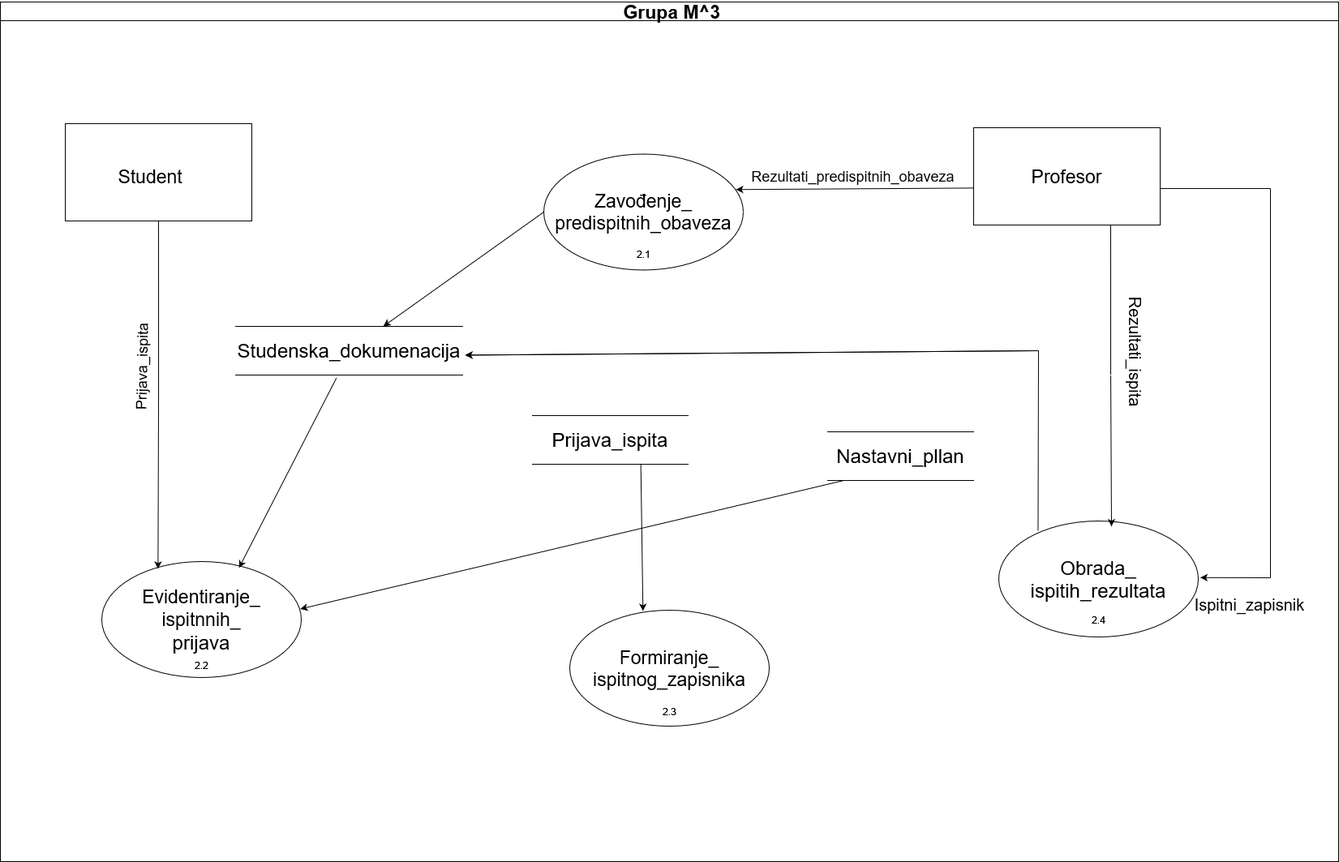
This is RegulisanjeIspita_Preispitnih.drawio.png from seraphimi/ProjektovanjeInformacionihSistema, a draw.io export, as it was before one commit. Source tidied: cells renumbered, new cells last; positions are measured from the earlier drawing's top-left corner, leaving out a move shared by most shapes.
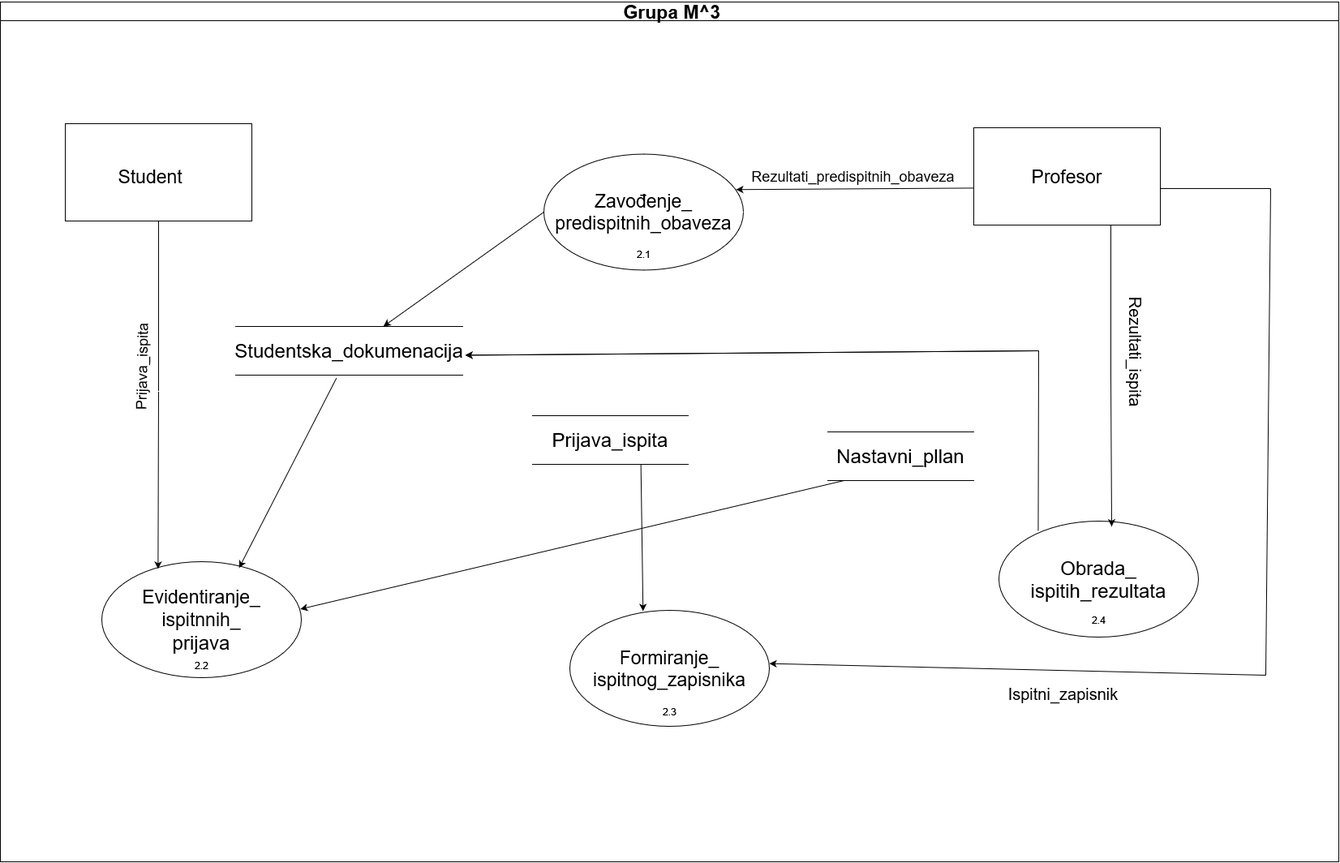
The same file after the commit.

What changed in the source:
```diff
@@ -29,7 +29,7 @@
     <mxCell id="10" value="&lt;div&gt;&lt;font style=&quot;font-size: 24px;&quot;&gt;Obrada_&lt;/font&gt;&lt;/div&gt;&lt;div&gt;&lt;font style=&quot;font-size: 24px;&quot;&gt;ispitih_rezultata&lt;br&gt;&lt;/font&gt;&lt;/div&gt;" style="ellipse;whiteSpace=wrap;html=1;" parent="2" vertex="1">
       <mxGeometry x="1231" y="640" width="246" height="143" as="geometry" />
     </mxCell>
-    <mxCell id="11" value="&lt;font style=&quot;font-size: 24px;&quot;&gt;Studenska_dokumenacija&lt;/font&gt;" style="shape=partialRectangle;whiteSpace=wrap;html=1;left=0;right=0;fillColor=none;" parent="2" vertex="1">
+    <mxCell id="11" value="&lt;font style=&quot;font-size: 24px;&quot;&gt;Studentska_dokumenacija&lt;/font&gt;" style="shape=partialRectangle;whiteSpace=wrap;html=1;left=0;right=0;fillColor=none;" parent="2" vertex="1">
       <mxGeometry x="290" y="400" width="280" height="60" as="geometry" />
     </mxCell>
     <mxCell id="12" value="&lt;font style=&quot;font-size: 24px;&quot;&gt;Prijava_ispita&lt;/font&gt;" style="shape=partialRectangle;whiteSpace=wrap;html=1;left=0;right=0;fillColor=none;" parent="2" vertex="1">
@@ -49,13 +49,14 @@
     </mxCell>
     <mxCell id="16" style="endArrow=none;html=1;rounded=0;" parent="2" edge="1">
       <mxGeometry relative="1" as="geometry">
-        <mxPoint x="1566" y="710" as="sourcePoint" />
+        <mxPoint x="1560" y="830" as="sourcePoint" />
         <mxPoint x="1566" y="230" as="targetPoint" />
       </mxGeometry>
     </mxCell>
-    <mxCell id="17" style="endArrow=classic;html=1;rounded=0;entryX=1.01;entryY=0.488;entryDx=0;entryDy=0;entryPerimeter=0;" parent="2" edge="1" target="10">
+    <mxCell id="17" style="endArrow=classic;html=1;rounded=0;entryX=1;entryY=0.5;entryDx=0;entryDy=0;" parent="2" edge="1">
       <mxGeometry relative="1" as="geometry">
-        <mxPoint x="1566" y="710" as="sourcePoint" />
+        <mxPoint x="1560" y="830" as="sourcePoint" />
+        <mxPoint x="948" y="815.6" as="targetPoint" />
       </mxGeometry>
     </mxCell>
     <mxCell id="18" style="edgeStyle=orthogonalEdgeStyle;rounded=0;orthogonalLoop=1;jettySize=auto;html=1;exitX=0.75;exitY=1;exitDx=0;exitDy=0;entryX=0.565;entryY=0.046;entryDx=0;entryDy=0;entryPerimeter=0;" parent="2" edge="1">
@@ -121,8 +122,8 @@
         <mxPoint x="1280" y="430" as="sourcePoint" />
       </mxGeometry>
     </mxCell>
-    <mxCell id="34" value="&lt;font style=&quot;font-size: 20px;&quot;&gt;Ispitni_zapisnik&lt;/font&gt;" style="text;html=1;align=center;verticalAlign=middle;strokeColor=none;fillColor=none;" parent="1" vertex="1">
-      <mxGeometry x="1460" y="723" width="160" height="40" as="geometry" />
+    <mxCell id="34" value="&lt;font style=&quot;font-size: 20px;&quot;&gt;Ispitni_zapisnik&lt;/font&gt;" style="text;html=1;align=center;verticalAlign=middle;strokeColor=none;fillColor=none;" parent="2" vertex="1">
+      <mxGeometry x="1230" y="833" width="160" height="40" as="geometry" />
     </mxCell>
   </root>
 </mxGraphModel>
```
